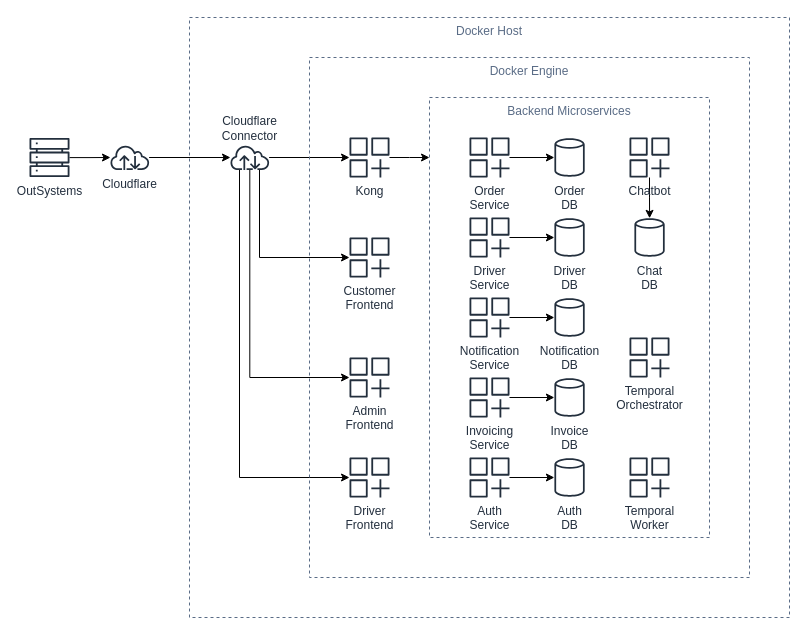
Above: diagrams/architecture.drawio in darkliyznyanlin910/esd-2425T2 (draw.io), before the change. Source tidied: cells renumbered, new cells numbered last; positions are measured from the earlier drawing's top-left corner, leaving out a move shared by most shapes. Both pictures are drawn from the tidied source at 100%, with x=0, y=0 at pixel (29, 17).
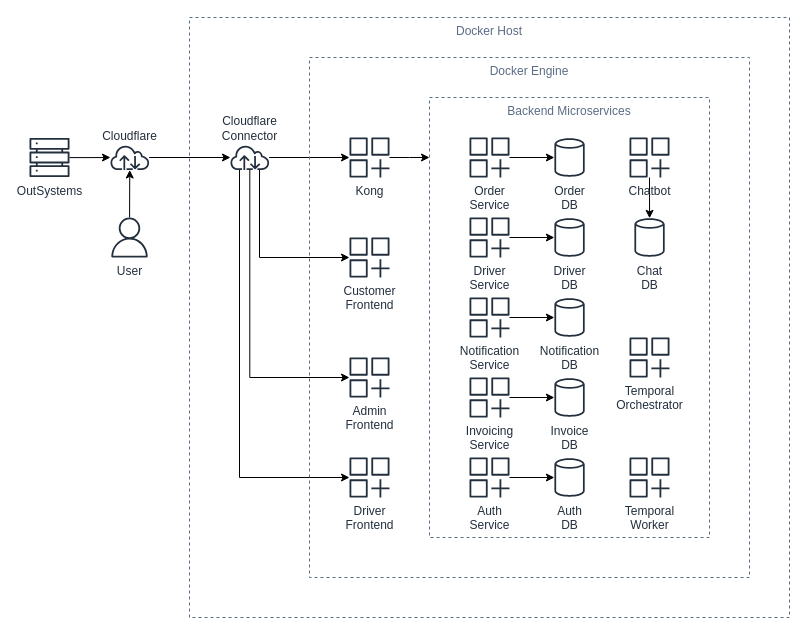
The same page after the edit.

Diff of the diagram source:
```diff
@@
-    <mxCell id="5" value="Cloudflare" style="sketch=0;outlineConnect=0;fontColor=#232F3E;gradientColor=none;fillColor=#232F3D;strokeColor=none;dashed=0;verticalLabelPosition=bottom;verticalAlign=top;align=center;html=1;fontSize=12;fontStyle=0;shape=mxgraph.aws4.internet;" parent="1" vertex="1">
+    <mxCell id="5" value="Cloudflare" style="sketch=0;outlineConnect=0;fontColor=#232F3E;gradientColor=none;fillColor=#232F3D;strokeColor=none;dashed=0;verticalLabelPosition=top;verticalAlign=bottom;align=center;html=1;fontSize=12;fontStyle=0;shape=mxgraph.aws4.internet;labelPosition=center;" parent="1" vertex="1">
       <mxGeometry x="80" y="127.5" width="40.6" height="25" as="geometry" />
     </mxCell>
@@
+    <mxCell id="40" style="edgeStyle=none;html=1;" parent="1" edge="1" source="41" target="5">
+      <mxGeometry relative="1" as="geometry" />
+    </mxCell>
+    <mxCell id="41" value="User" style="sketch=0;outlineConnect=0;fontColor=#232F3E;gradientColor=none;fillColor=#232F3D;strokeColor=none;dashed=0;verticalLabelPosition=bottom;verticalAlign=top;align=center;html=1;fontSize=12;fontStyle=0;shape=mxgraph.aws4.user;" parent="1" vertex="1">
+      <mxGeometry x="80" y="200" width="40" height="40" as="geometry" />
+    </mxCell>
```
